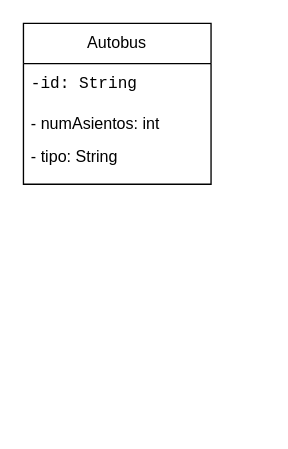
Before: Diagrama sin título.drawio in joflores02/proyectoFinalP2, a draw.io diagram. Source tidied: cells renumbered, new cells numbered last; positions are measured from the earlier drawing's top-left corner, leaving out a move shared by most shapes. Both pictures are drawn from the tidied source at 134%, with x=0, y=0 at pixel (23, 23).
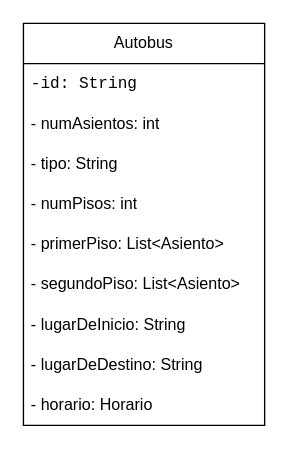
The same diagram, later.

Change to the diagram source:
```diff
@@
 <mxGraphModel>
   <root>
     <mxCell id="0" />
     <mxCell id="1" parent="0" />
     <mxCell id="2" value="Autobus" style="swimlane;fontStyle=0;horizontal=1;startSize=30;whiteSpace=wrap;html=1;" parent="1" vertex="1">
-      <mxGeometry width="140" height="120" as="geometry" />
+      <mxGeometry width="180" height="300" as="geometry" />
     </mxCell>
     <mxCell id="3" value="&lt;font face=&quot;monospace&quot;&gt;-id: String&lt;/font&gt;" style="text;strokeColor=none;fillColor=none;align=left;verticalAlign=middle;spacingLeft=4;spacingRight=4;overflow=hidden;whiteSpace=wrap;html=1;" parent="2" vertex="1">
-      <mxGeometry y="30" width="140" height="30" as="geometry" />
+      <mxGeometry y="30" width="180" height="30" as="geometry" />
     </mxCell>
     <mxCell id="4" value="- numAsientos: int" style="text;strokeColor=none;fillColor=none;align=left;verticalAlign=middle;spacingLeft=4;spacingRight=4;overflow=hidden;whiteSpace=wrap;html=1;" parent="2" vertex="1">
-      <mxGeometry y="60" width="140" height="30" as="geometry" />
+      <mxGeometry y="60" width="180" height="30" as="geometry" />
     </mxCell>
-    <mxCell id="5" value="&lt;div&gt;- tipo: String&lt;/div&gt;&lt;div&gt;&lt;br&gt;&lt;/div&gt;" style="text;strokeColor=none;fillColor=none;align=left;verticalAlign=middle;spacingLeft=4;spacingRight=4;overflow=hidden;whiteSpace=wrap;html=1;" parent="2" vertex="1">
-      <mxGeometry y="90" width="140" height="30" as="geometry" />
+    <mxCell id="5" value="- tipo: String" style="text;strokeColor=none;fillColor=none;align=left;verticalAlign=middle;spacingLeft=4;spacingRight=4;overflow=hidden;whiteSpace=wrap;html=1;" parent="2" vertex="1">
+      <mxGeometry y="90" width="180" height="30" as="geometry" />
     </mxCell>
+    <mxCell id="6" value="- numPisos: int" style="text;strokeColor=none;fillColor=none;align=left;verticalAlign=middle;spacingLeft=4;spacingRight=4;overflow=hidden;whiteSpace=wrap;html=1;" parent="2" vertex="1">
+      <mxGeometry y="120" width="180" height="30" as="geometry" />
+    </mxCell>
+    <mxCell id="7" value="- primerPiso: List&amp;lt;Asiento&amp;gt;" style="text;strokeColor=none;fillColor=none;align=left;verticalAlign=middle;spacingLeft=4;spacingRight=4;overflow=hidden;whiteSpace=wrap;html=1;" parent="2" vertex="1">
+      <mxGeometry y="150" width="180" height="30" as="geometry" />
+    </mxCell>
+    <mxCell id="8" value="- segundoPiso: List&amp;lt;Asiento&amp;gt;" style="text;strokeColor=none;fillColor=none;align=left;verticalAlign=middle;spacingLeft=4;spacingRight=4;overflow=hidden;whiteSpace=wrap;html=1;" parent="2" vertex="1">
+      <mxGeometry y="180" width="180" height="30" as="geometry" />
+    </mxCell>
+    <mxCell id="9" value="&lt;div&gt;&lt;span style=&quot;background-color: initial;&quot;&gt;- lugarDeInicio: String&lt;/span&gt;&lt;br&gt;&lt;/div&gt;" style="text;strokeColor=none;fillColor=none;align=left;verticalAlign=middle;spacingLeft=4;spacingRight=4;overflow=hidden;whiteSpace=wrap;html=1;" parent="2" vertex="1">
+      <mxGeometry y="210" width="180" height="30" as="geometry" />
+    </mxCell>
+    <mxCell id="10" value="&lt;div&gt;- lugarDeDestino: String&lt;/div&gt;" style="text;strokeColor=none;fillColor=none;align=left;verticalAlign=middle;spacingLeft=4;spacingRight=4;overflow=hidden;whiteSpace=wrap;html=1;" parent="2" vertex="1">
+      <mxGeometry y="240" width="180" height="30" as="geometry" />
+    </mxCell>
+    <mxCell id="11" value="&lt;div&gt;&lt;span style=&quot;background-color: initial;&quot;&gt;- horario: Horario&lt;/span&gt;&lt;br&gt;&lt;/div&gt;" style="text;strokeColor=none;fillColor=none;align=left;verticalAlign=middle;spacingLeft=4;spacingRight=4;overflow=hidden;whiteSpace=wrap;html=1;" parent="2" vertex="1">
+      <mxGeometry y="270" width="180" height="30" as="geometry" />
+    </mxCell>
   </root>
 </mxGraphModel>
```
